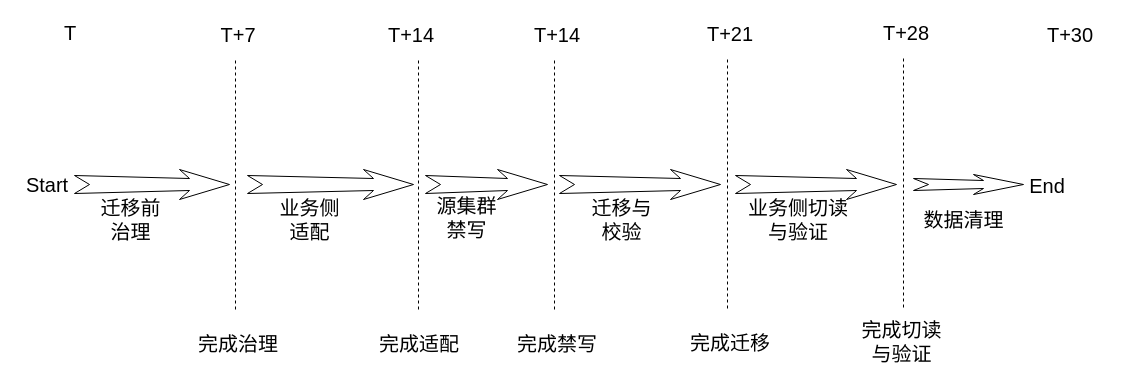
The draw.io diagram 数据治理.drawio in ydh12356890/DiDiDraw, before the edit. Source tidied: cells renumbered, new cells numbered last; positions are measured from the earlier drawing's top-left corner, leaving out a move shared by most shapes. Both pictures are drawn from the tidied source at 100%, with x=0, y=0 at pixel (17, 17).
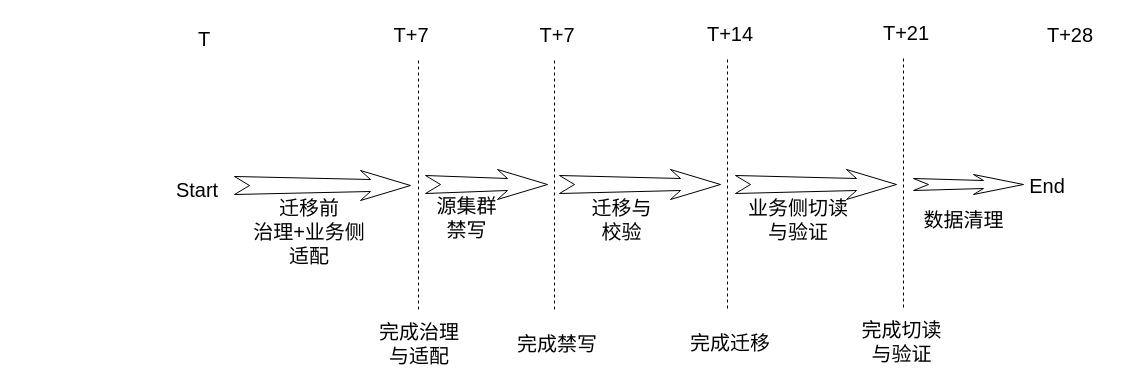
After the change.

Commit message:
更新数据治理.drawio

The edit, as a diff of the source:
```diff
@@
-    <mxCell id="2" value="迁移前&lt;br&gt;治理" style="text;html=1;whiteSpace=wrap;strokeColor=none;fillColor=none;align=center;verticalAlign=middle;rounded=0;fontSize=20;" parent="1" vertex="1">
-      <mxGeometry x="72" y="186.5" width="82.5" height="30" as="geometry" />
+    <mxCell id="2" value="迁移前&lt;br&gt;治理+业务侧&lt;br&gt;适配" style="text;html=1;whiteSpace=wrap;strokeColor=none;fillColor=none;align=center;verticalAlign=middle;rounded=0;fontSize=20;" parent="1" vertex="1">
+      <mxGeometry x="219" y="185" width="146" height="57.5" as="geometry" />
     </mxCell>
-    <mxCell id="3" value="业务侧&lt;br&gt;适配" style="text;html=1;whiteSpace=wrap;strokeColor=none;fillColor=none;align=center;verticalAlign=middle;rounded=0;fontSize=20;" parent="1" vertex="1">
-      <mxGeometry x="251" y="186.5" width="82.5" height="30" as="geometry" />
-    </mxCell>
@@
-    <mxCell id="7" style="endArrow=none;dashed=1;html=1;rounded=0;fontSize=20;" parent="1" edge="1">
-      <mxGeometry relative="1" as="geometry">
-        <mxPoint x="218" y="292" as="sourcePoint" />
-        <mxPoint x="218" y="42" as="targetPoint" />
-      </mxGeometry>
-    </mxCell>
@@
-    <mxCell id="11" value="T+7" style="text;html=1;whiteSpace=wrap;strokeColor=none;fillColor=none;align=center;verticalAlign=middle;rounded=0;fontSize=20;" parent="1" vertex="1">
-      <mxGeometry x="168" y="2" width="106" height="30" as="geometry" />
-    </mxCell>
     <mxCell id="12" value="Start" style="text;html=1;whiteSpace=wrap;strokeColor=none;fillColor=none;align=center;verticalAlign=middle;rounded=0;fontSize=20;" parent="1" vertex="1">
-      <mxGeometry y="152" width="60" height="30" as="geometry" />
+      <mxGeometry x="150" y="156.5" width="60" height="30" as="geometry" />
     </mxCell>
@@
-    <mxCell id="14" value="T+14" style="text;html=1;whiteSpace=wrap;strokeColor=none;fillColor=none;align=center;verticalAlign=middle;rounded=0;fontSize=20;" parent="1" vertex="1">
+    <mxCell id="14" value="T+7" style="text;html=1;whiteSpace=wrap;strokeColor=none;fillColor=none;align=center;verticalAlign=middle;rounded=0;fontSize=20;" parent="1" vertex="1">
       <mxGeometry x="341" y="2" width="106" height="30" as="geometry" />
     </mxCell>
-    <mxCell id="15" value="T+14" style="text;html=1;whiteSpace=wrap;strokeColor=none;fillColor=none;align=center;verticalAlign=middle;rounded=0;fontSize=20;" parent="1" vertex="1">
+    <mxCell id="15" value="T+7" style="text;html=1;whiteSpace=wrap;strokeColor=none;fillColor=none;align=center;verticalAlign=middle;rounded=0;fontSize=20;" parent="1" vertex="1">
       <mxGeometry x="487" y="2" width="106" height="30" as="geometry" />
     </mxCell>
-    <mxCell id="16" value="T+21" style="text;html=1;whiteSpace=wrap;strokeColor=none;fillColor=none;align=center;verticalAlign=middle;rounded=0;fontSize=20;" parent="1" vertex="1">
+    <mxCell id="16" value="T+14" style="text;html=1;whiteSpace=wrap;strokeColor=none;fillColor=none;align=center;verticalAlign=middle;rounded=0;fontSize=20;" parent="1" vertex="1">
       <mxGeometry x="660" y="1" width="106" height="30" as="geometry" />
     </mxCell>
-    <mxCell id="17" value="完成治理" style="text;html=1;whiteSpace=wrap;strokeColor=none;fillColor=none;align=center;verticalAlign=middle;rounded=0;fontSize=20;" parent="1" vertex="1">
-      <mxGeometry x="176" y="311" width="90" height="30" as="geometry" />
-    </mxCell>
-    <mxCell id="18" value="完成适配" style="text;html=1;whiteSpace=wrap;strokeColor=none;fillColor=none;align=center;verticalAlign=middle;rounded=0;fontSize=20;" parent="1" vertex="1">
+    <mxCell id="18" value="完成治理与适配" style="text;html=1;whiteSpace=wrap;strokeColor=none;fillColor=none;align=center;verticalAlign=middle;rounded=0;fontSize=20;" parent="1" vertex="1">
       <mxGeometry x="357" y="311" width="90" height="30" as="geometry" />
     </mxCell>
@@
-    <mxCell id="22" value="T+28" style="text;html=1;whiteSpace=wrap;strokeColor=none;fillColor=none;align=center;verticalAlign=middle;rounded=0;fontSize=20;" parent="1" vertex="1">
+    <mxCell id="22" value="T+21" style="text;html=1;whiteSpace=wrap;strokeColor=none;fillColor=none;align=center;verticalAlign=middle;rounded=0;fontSize=20;" parent="1" vertex="1">
       <mxGeometry x="836" width="106" height="30" as="geometry" />
     </mxCell>
@@
     <mxCell id="24" style="html=1;shadow=0;dashed=0;align=center;verticalAlign=middle;shape=mxgraph.arrows2.stylisedArrow;dy=0.6;dx=40;notch=15;feather=0.4;fontSize=20;" parent="1" vertex="1">
-      <mxGeometry x="57" y="152" width="155" height="30" as="geometry" />
+      <mxGeometry x="217" y="153" width="176" height="30" as="geometry" />
     </mxCell>
-    <mxCell id="25" style="html=1;shadow=0;dashed=0;align=center;verticalAlign=middle;shape=mxgraph.arrows2.stylisedArrow;dy=0.6;dx=40;notch=15;feather=0.4;fontSize=20;" parent="1" vertex="1">
-      <mxGeometry x="230" y="152" width="166" height="30" as="geometry" />
-    </mxCell>
@@
     <mxCell id="31" value="T" style="text;html=1;whiteSpace=wrap;strokeColor=none;fillColor=none;align=center;verticalAlign=middle;rounded=0;fontSize=20;" parent="1" vertex="1">
-      <mxGeometry width="106" height="30" as="geometry" />
+      <mxGeometry x="134" y="6" width="106" height="30" as="geometry" />
     </mxCell>
-    <mxCell id="32" value="T+30" style="text;html=1;whiteSpace=wrap;strokeColor=none;fillColor=none;align=center;verticalAlign=middle;rounded=0;fontSize=20;" parent="1" vertex="1">
+    <mxCell id="32" value="T+28" style="text;html=1;whiteSpace=wrap;strokeColor=none;fillColor=none;align=center;verticalAlign=middle;rounded=0;fontSize=20;" parent="1" vertex="1">
       <mxGeometry x="1000" y="2" width="106" height="30" as="geometry" />
     </mxCell>
```
